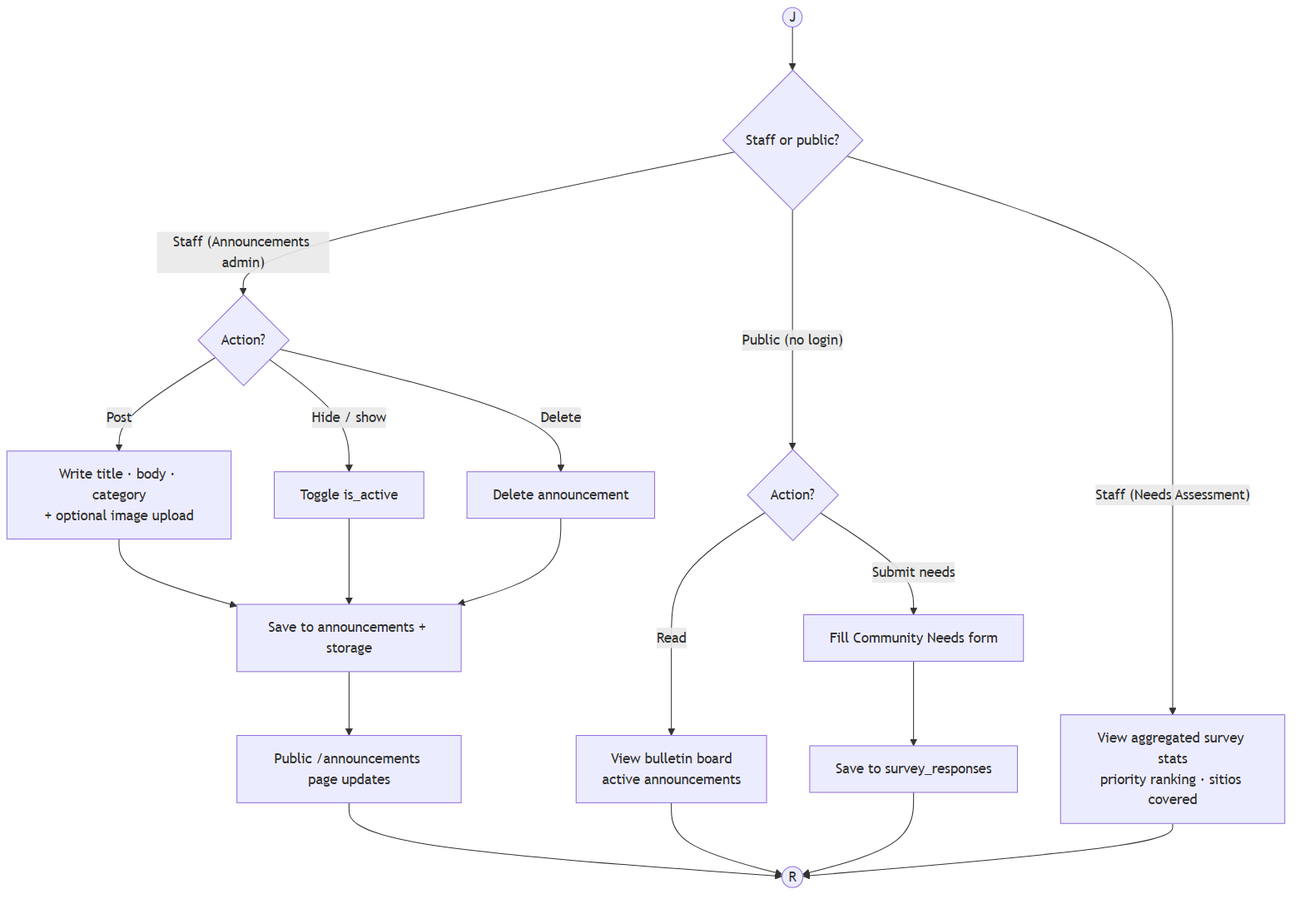
This is diagrams/modules/announcements_needs.png from KellyEspera/protect, a Mermaid export, as it was before one commit. Its source is kept beside it as diagrams/modules/announcements_needs.mmd.
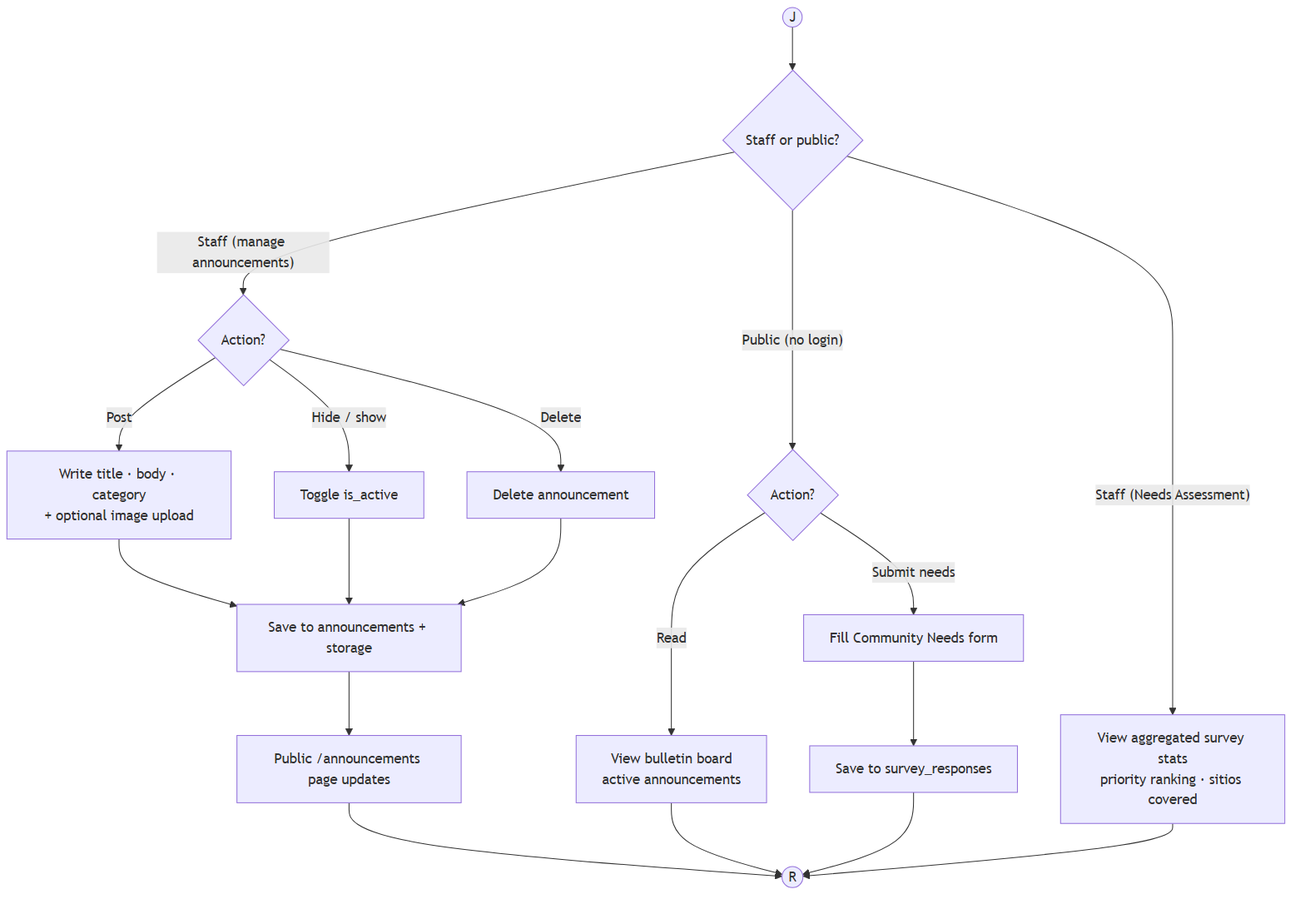
Above is the later version.

Commit message:
Diagrams: drop removed 'admin' role from DFD label and announcements sub-flow

What changed in the source:
```diff
@@ -1,7 +1,7 @@
 flowchart TD
     J((J)) --> Who{Staff or public?}
 
-    Who -- "Staff (Announcements admin)" --> AAct{Action?}
+    Who -- "Staff (manage announcements)" --> AAct{Action?}
     AAct -- Post --> Post[Write title · body · category<br/>+ optional image upload]
     Post --> SaveA[Save to announcements + storage]
     AAct -- Hide / show --> Toggle[Toggle is_active]
```
